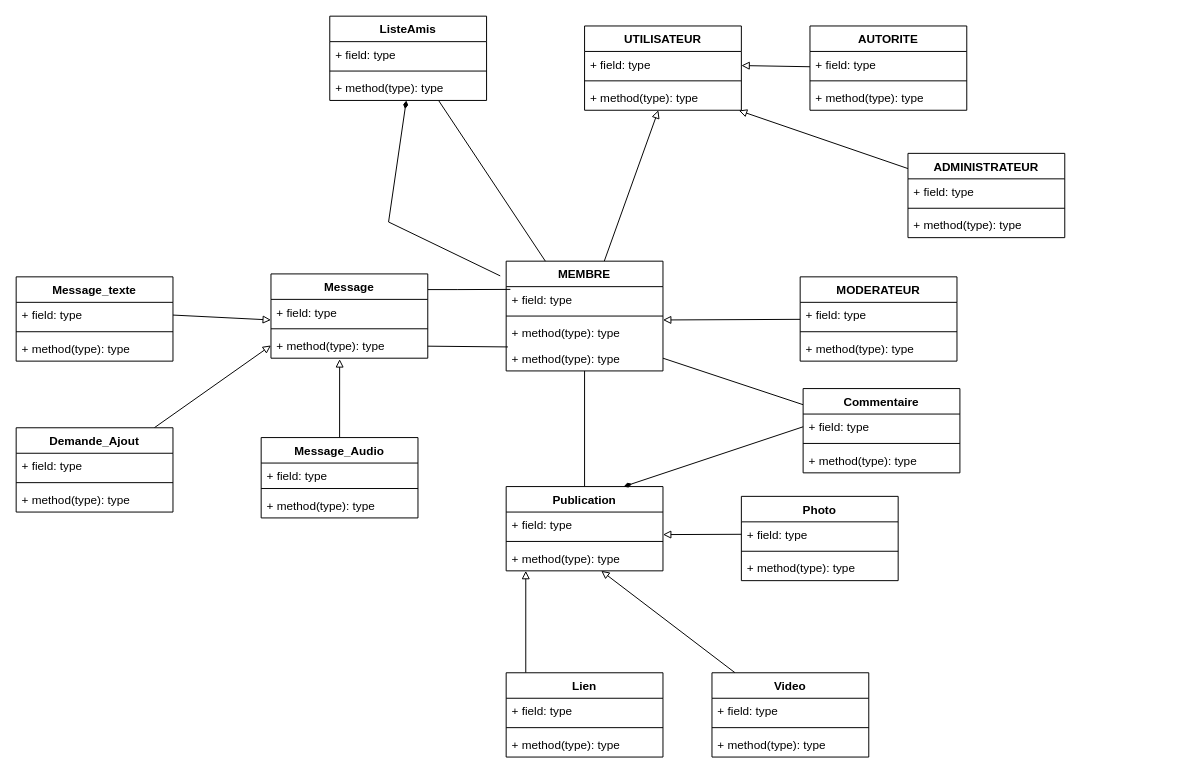
This is Diagramme_de_classe.drawio from Adjaro/Projet_Poo, a draw.io file, before an edit. Source tidied: cells renumbered, new cells numbered last; positions are measured from the earlier drawing's top-left corner, leaving out a move shared by most shapes. Both pictures are drawn from the tidied source at 98%, with x=0, y=0 at pixel (16, 16).
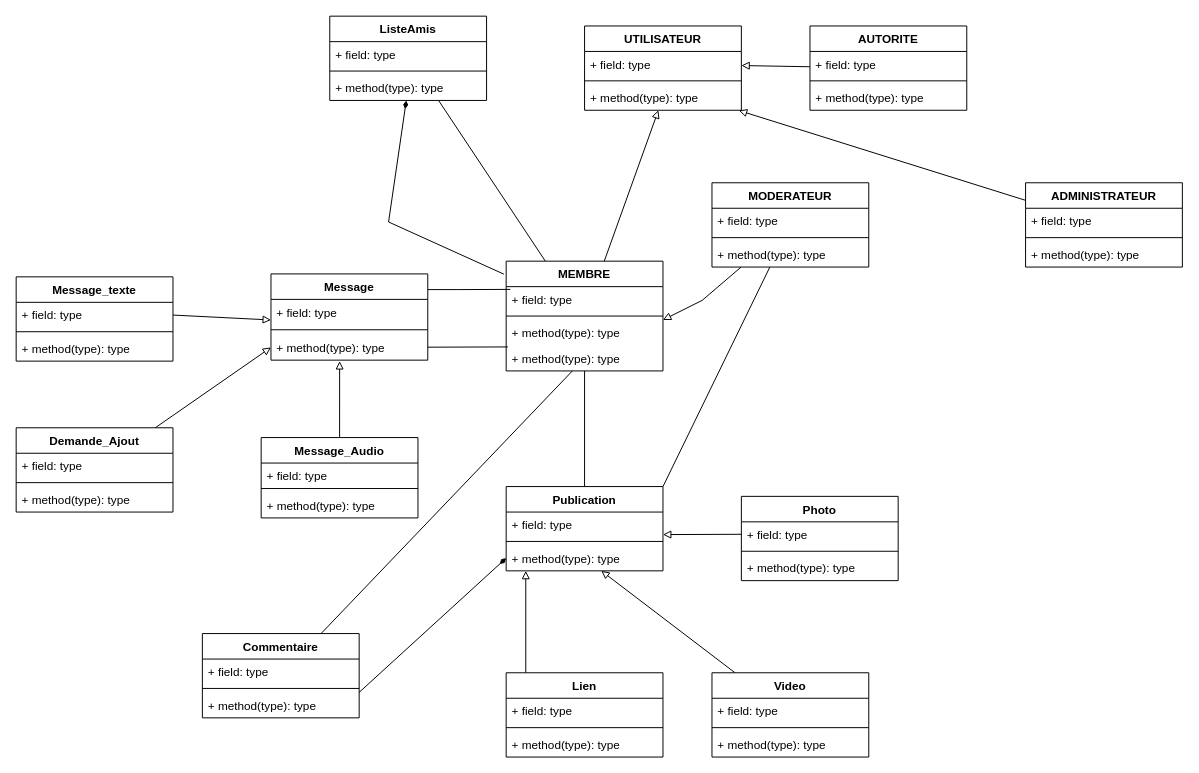
After the change.

Commit message (it also covers changes not shown here):
Mettre à jour Diagramme_de_classe.drawio

Unchanged cells that the change refers to:
```xml
<mxCell id="13" value="MEMBRE" style="swimlane;fontStyle=1;align=center;verticalAlign=top;horizontal=1;startSize=26;" parent="1" vertex="1">
  <mxGeometry x="500" y="250" width="160" height="112" as="geometry" />
</mxCell>
<mxCell id="16" value="+ method(type): type" style="text;strokeColor=none;fillColor=none;align=left;verticalAlign=top;spacingLeft=4;spacingRight=4;overflow=hidden;points=[[0,0.5],[1,0.5]];portConstraint=eastwest;" parent="13" vertex="1">
  <mxGeometry y="60" width="160" height="26" as="geometry" />
</mxCell>
<mxCell id="17" value="+ method(type): type" style="text;strokeColor=none;fillColor=none;align=left;verticalAlign=top;spacingLeft=4;spacingRight=4;overflow=hidden;points=[[0,0.5],[1,0.5]];portConstraint=eastwest;" parent="13" vertex="1">
  <mxGeometry y="86" width="160" height="26" as="geometry" />
</mxCell>
<mxCell id="29" value="Publication" style="swimlane;fontStyle=1;align=center;verticalAlign=top;horizontal=1;startSize=26;" parent="1" vertex="1">
  <mxGeometry x="500" y="480" width="160" height="86" as="geometry" />
</mxCell>
<mxCell id="32" value="+ method(type): type" style="text;strokeColor=none;fillColor=none;align=left;verticalAlign=top;spacingLeft=4;spacingRight=4;overflow=hidden;points=[[0,0.5],[1,0.5]];portConstraint=eastwest;" parent="29" vertex="1">
  <mxGeometry y="60" width="160" height="26" as="geometry" />
</mxCell>
<mxCell id="51" value="+ method(type): type" style="text;strokeColor=none;fillColor=none;align=left;verticalAlign=top;spacingLeft=4;spacingRight=4;overflow=hidden;points=[[0,0.5],[1,0.5]];portConstraint=eastwest;" parent="48" vertex="1">
  <mxGeometry y="60" width="160" height="26" as="geometry" />
</mxCell>
<mxCell id="55" value="+ field: type" style="text;strokeColor=none;fillColor=none;align=left;verticalAlign=top;spacingLeft=4;spacingRight=4;overflow=hidden;points=[[0,0.5],[1,0.5]];portConstraint=eastwest;" parent="54" vertex="1">
  <mxGeometry y="26" width="160" height="26" as="geometry" />
</mxCell>
<mxCell id="57" value="+ method(type): type" style="text;strokeColor=none;fillColor=none;align=left;verticalAlign=top;spacingLeft=4;spacingRight=4;overflow=hidden;points=[[0,0.5],[1,0.5]];portConstraint=eastwest;" parent="54" vertex="1">
  <mxGeometry y="60" width="160" height="26" as="geometry" />
</mxCell>
```

What changed in the source:
```diff
@@
-    <mxCell id="12" style="rounded=0;jettySize=auto;html=1;endArrow=diamondThin;endFill=1;exitX=-0.038;exitY=0.134;exitDx=0;exitDy=0;exitPerimeter=0;" parent="1" edge="1" source="13" target="51">
+    <mxCell id="12" style="rounded=0;jettySize=auto;html=1;endArrow=diamondThin;endFill=1;exitX=-0.015;exitY=0.118;exitDx=0;exitDy=0;exitPerimeter=0;" parent="1" edge="1" source="13" target="51">
       <mxGeometry relative="1" as="geometry">
         <Array as="points">
           <mxPoint x="380" y="210" />
         </Array>
       </mxGeometry>
     </mxCell>
@@
     <mxCell id="18" style="edgeStyle=none;rounded=0;jettySize=auto;html=1;endArrow=block;endFill=0;entryX=1;entryY=0;entryDx=0;entryDy=0;entryPerimeter=0;" parent="1" edge="1" source="19" target="16">
-      <mxGeometry relative="1" as="geometry" />
+      <mxGeometry relative="1" as="geometry">
+        <Array as="points">
+          <mxPoint x="700" y="290" />
+        </Array>
+      </mxGeometry>
     </mxCell>
+    <mxCell id="80" style="edgeStyle=none;rounded=0;jettySize=auto;html=1;entryX=1;entryY=0;entryDx=0;entryDy=0;endArrow=none;endFill=0;" parent="1" edge="1" source="19" target="29">
+      <mxGeometry relative="1" as="geometry" />
+    </mxCell>
     <mxCell id="19" value="MODERATEUR" style="swimlane;fontStyle=1;align=center;verticalAlign=top;horizontal=1;startSize=26;" parent="1" vertex="1">
-      <mxGeometry x="800" y="266" width="160" height="86" as="geometry" />
+      <mxGeometry x="710" y="170" width="160" height="86" as="geometry" />
     </mxCell>
@@
     <mxCell id="24" value="ADMINISTRATEUR" style="swimlane;fontStyle=1;align=center;verticalAlign=top;horizontal=1;startSize=26;" parent="1" vertex="1">
-      <mxGeometry x="910" y="140" width="160" height="86" as="geometry" />
+      <mxGeometry x="1030" y="170" width="160" height="86" as="geometry" />
     </mxCell>
@@
-    <mxCell id="53" style="edgeStyle=none;rounded=0;jettySize=auto;html=1;entryX=1;entryY=0.5;entryDx=0;entryDy=0;endArrow=none;endFill=0;" parent="1" edge="1" source="54" target="17">
+    <mxCell id="53" style="edgeStyle=none;rounded=0;jettySize=auto;html=1;endArrow=none;endFill=0;" parent="1" edge="1" source="54" target="17">
       <mxGeometry relative="1" as="geometry" />
     </mxCell>
     <mxCell id="54" value="Commentaire" style="swimlane;fontStyle=1;align=center;verticalAlign=top;horizontal=1;startSize=26;" parent="1" vertex="1">
-      <mxGeometry x="803" y="380" width="160" height="86" as="geometry" />
+      <mxGeometry x="190" y="630" width="160" height="86" as="geometry" />
     </mxCell>
@@
-    <mxCell id="58" style="edgeStyle=none;rounded=0;jettySize=auto;html=1;entryX=0.75;entryY=0;entryDx=0;entryDy=0;endArrow=diamondThin;endFill=1;exitX=0;exitY=0.5;exitDx=0;exitDy=0;" parent="1" edge="1" source="55" target="29">
+    <mxCell id="58" style="edgeStyle=none;rounded=0;jettySize=auto;html=1;entryX=0;entryY=0.5;entryDx=0;entryDy=0;endArrow=diamondThin;endFill=1;exitX=1;exitY=0;exitDx=0;exitDy=0;exitPerimeter=0;" parent="1" edge="1" source="57" target="32">
       <mxGeometry relative="1" as="geometry" />
     </mxCell>
@@
     <mxCell id="60" value="Message" style="swimlane;fontStyle=1;align=center;verticalAlign=top;horizontal=1;startSize=26;" parent="1" vertex="1">
-      <mxGeometry x="260" y="263" width="160" height="86" as="geometry" />
+      <mxGeometry x="260" y="263" width="160" height="88" as="geometry" />
     </mxCell>
@@
     <mxCell id="62" style="line;strokeWidth=1;fillColor=none;align=left;verticalAlign=middle;spacingTop=-1;spacingLeft=3;spacingRight=3;labelPosition=right;strokeColor=inherit;" parent="60" vertex="1">
-      <mxGeometry y="52" width="160" height="8" as="geometry" />
+      <mxGeometry y="52" width="160" height="10" as="geometry" />
     </mxCell>
     <mxCell id="63" value="+ method(type): type" style="text;strokeColor=none;fillColor=none;align=left;verticalAlign=top;spacingLeft=4;spacingRight=4;overflow=hidden;points=[[0,0.5],[1,0.5]];portConstraint=eastwest;" parent="60" vertex="1">
-      <mxGeometry y="60" width="160" height="26" as="geometry" />
+      <mxGeometry y="62" width="160" height="26" as="geometry" />
     </mxCell>
```
